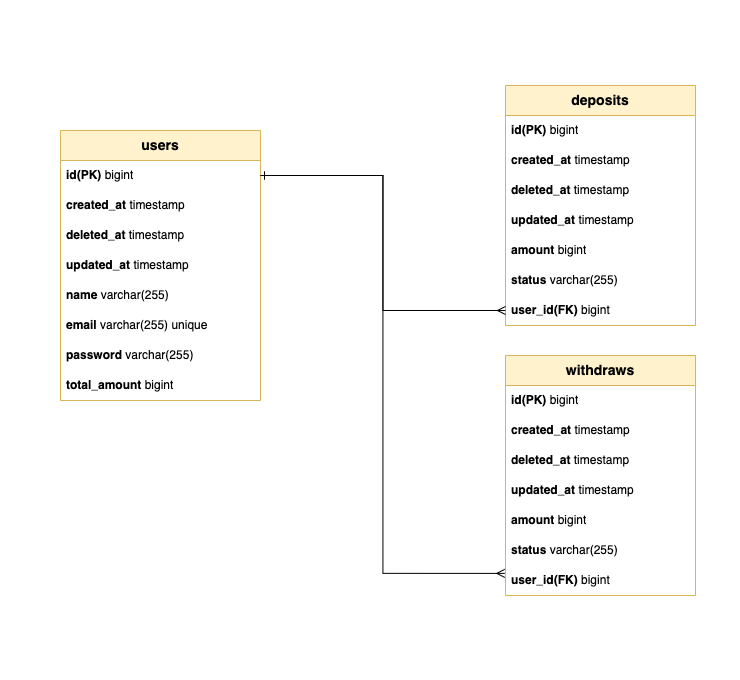
saniarts/payment-app-node keeps this draw.io diagram as documentation/ERD simple payment app.png. Above is the earlier version. Source tidied: cells renumbered, new cells last; positions are measured from the earlier drawing's top-left corner, leaving out a move shared by most shapes.
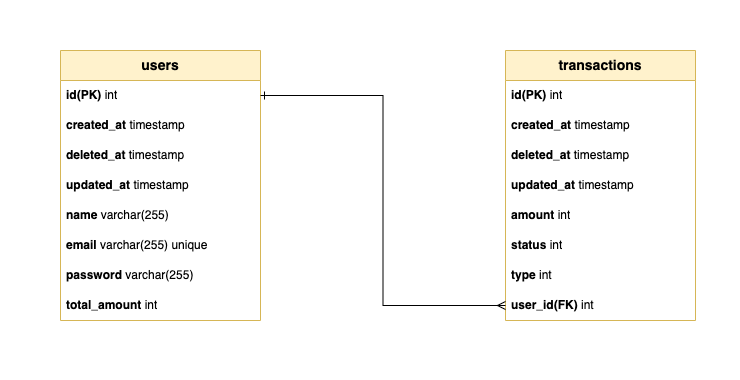
After the change.

Diff of the diagram source:
```diff
@@ -3,12 +3,12 @@
     <mxCell id="0" />
     <mxCell id="1" parent="0" />
     <mxCell id="2" style="rounded=0;whiteSpace=wrap;html=1;strokeColor=none;" parent="1" vertex="1">
-      <mxGeometry width="740" height="680" as="geometry" />
+      <mxGeometry y="80" width="740" height="380" as="geometry" />
     </mxCell>
     <mxCell id="3" value="&lt;b&gt;&lt;font style=&quot;font-size: 14px;&quot;&gt;users&lt;/font&gt;&lt;/b&gt;" style="swimlane;fontStyle=0;horizontal=1;startSize=30;whiteSpace=wrap;html=1;fillColor=#fff2cc;strokeColor=#d6b656;" parent="1" vertex="1">
       <mxGeometry x="60" y="130" width="200" height="270" as="geometry" />
     </mxCell>
-    <mxCell id="4" value="&lt;b&gt;id(PK)&lt;/b&gt; bigint" style="text;strokeColor=none;fillColor=none;align=left;verticalAlign=middle;spacingLeft=4;spacingRight=4;overflow=hidden;points=[[0,0.5],[1,0.5]];portConstraint=eastwest;whiteSpace=wrap;html=1;" parent="3" vertex="1">
+    <mxCell id="4" value="&lt;b&gt;id(PK)&lt;/b&gt; int" style="text;strokeColor=none;fillColor=none;align=left;verticalAlign=middle;spacingLeft=4;spacingRight=4;overflow=hidden;points=[[0,0.5],[1,0.5]];portConstraint=eastwest;whiteSpace=wrap;html=1;" parent="3" vertex="1">
       <mxGeometry y="30" width="200" height="30" as="geometry" />
     </mxCell>
     <mxCell id="5" value="&lt;b&gt;created_at &lt;/b&gt;timestamp" style="text;strokeColor=none;fillColor=none;align=left;verticalAlign=middle;spacingLeft=4;spacingRight=4;overflow=hidden;whiteSpace=wrap;html=1;" parent="3" vertex="1">
@@ -29,13 +29,13 @@
     <mxCell id="10" value="&lt;b&gt;password&lt;/b&gt;&amp;nbsp;varchar(255)" style="text;strokeColor=none;fillColor=none;align=left;verticalAlign=middle;spacingLeft=4;spacingRight=4;overflow=hidden;whiteSpace=wrap;html=1;" parent="3" vertex="1">
       <mxGeometry y="210" width="200" height="30" as="geometry" />
     </mxCell>
-    <mxCell id="11" value="&lt;b&gt;total_amount&lt;/b&gt; bigint" style="text;strokeColor=none;fillColor=none;align=left;verticalAlign=middle;spacingLeft=4;spacingRight=4;overflow=hidden;whiteSpace=wrap;html=1;" parent="3" vertex="1">
+    <mxCell id="11" value="&lt;b&gt;total_amount&lt;/b&gt; int" style="text;strokeColor=none;fillColor=none;align=left;verticalAlign=middle;spacingLeft=4;spacingRight=4;overflow=hidden;whiteSpace=wrap;html=1;" parent="3" vertex="1">
       <mxGeometry y="240" width="200" height="30" as="geometry" />
     </mxCell>
-    <mxCell id="12" value="&lt;b&gt;&lt;font style=&quot;font-size: 14px;&quot;&gt;deposits&lt;/font&gt;&lt;/b&gt;" style="swimlane;fontStyle=0;horizontal=1;startSize=30;whiteSpace=wrap;html=1;fillColor=#fff2cc;strokeColor=#d6b656;" parent="1" vertex="1">
-      <mxGeometry x="505" y="85" width="190" height="240" as="geometry" />
+    <mxCell id="12" value="&lt;b&gt;&lt;font style=&quot;font-size: 14px;&quot;&gt;transactions&lt;/font&gt;&lt;/b&gt;" style="swimlane;fontStyle=0;horizontal=1;startSize=30;whiteSpace=wrap;html=1;fillColor=#fff2cc;strokeColor=#d6b656;" parent="1" vertex="1">
+      <mxGeometry x="505" y="130" width="190" height="270" as="geometry" />
     </mxCell>
-    <mxCell id="13" value="&lt;b&gt;id(PK)&lt;/b&gt;&amp;nbsp;bigint" style="text;strokeColor=none;fillColor=none;align=left;verticalAlign=middle;spacingLeft=4;spacingRight=4;overflow=hidden;whiteSpace=wrap;html=1;" parent="12" vertex="1">
+    <mxCell id="13" value="&lt;b&gt;id(PK)&lt;/b&gt;&amp;nbsp;int" style="text;strokeColor=none;fillColor=none;align=left;verticalAlign=middle;spacingLeft=4;spacingRight=4;overflow=hidden;whiteSpace=wrap;html=1;" parent="12" vertex="1">
       <mxGeometry y="30" width="190" height="30" as="geometry" />
     </mxCell>
     <mxCell id="14" value="&lt;b&gt;created&lt;/b&gt;&lt;b&gt;_at&lt;/b&gt;&lt;b&gt;&amp;nbsp;&lt;/b&gt;timestamp" style="text;strokeColor=none;fillColor=none;align=left;verticalAlign=middle;spacingLeft=4;spacingRight=4;overflow=hidden;whiteSpace=wrap;html=1;" parent="12" vertex="1">
@@ -47,44 +47,20 @@
     <mxCell id="16" value="&lt;b&gt;updated&lt;/b&gt;&lt;b&gt;_a&lt;/b&gt;&lt;b&gt;t&amp;nbsp;&lt;/b&gt;timestamp" style="text;strokeColor=none;fillColor=none;align=left;verticalAlign=middle;spacingLeft=4;spacingRight=4;overflow=hidden;whiteSpace=wrap;html=1;" parent="12" vertex="1">
       <mxGeometry y="120" width="190" height="30" as="geometry" />
     </mxCell>
-    <mxCell id="17" value="&lt;b&gt;amount&lt;/b&gt;&amp;nbsp;bigint" style="text;strokeColor=none;fillColor=none;align=left;verticalAlign=middle;spacingLeft=4;spacingRight=4;overflow=hidden;whiteSpace=wrap;html=1;" parent="12" vertex="1">
+    <mxCell id="17" value="&lt;b&gt;amount&lt;/b&gt;&amp;nbsp;int" style="text;strokeColor=none;fillColor=none;align=left;verticalAlign=middle;spacingLeft=4;spacingRight=4;overflow=hidden;whiteSpace=wrap;html=1;" parent="12" vertex="1">
       <mxGeometry y="150" width="190" height="30" as="geometry" />
     </mxCell>
-    <mxCell id="18" value="&lt;b&gt;status&lt;/b&gt;&amp;nbsp;varchar(255)" style="text;strokeColor=none;fillColor=none;align=left;verticalAlign=middle;spacingLeft=4;spacingRight=4;overflow=hidden;whiteSpace=wrap;html=1;" parent="12" vertex="1">
+    <mxCell id="18" value="&lt;b&gt;status&lt;/b&gt;&amp;nbsp;int" style="text;strokeColor=none;fillColor=none;align=left;verticalAlign=middle;spacingLeft=4;spacingRight=4;overflow=hidden;whiteSpace=wrap;html=1;" parent="12" vertex="1">
       <mxGeometry y="180" width="190" height="30" as="geometry" />
     </mxCell>
+    <mxCell id="30" value="&lt;b&gt;type&lt;/b&gt;&amp;nbsp;int" style="text;strokeColor=none;fillColor=none;align=left;verticalAlign=middle;spacingLeft=4;spacingRight=4;overflow=hidden;whiteSpace=wrap;html=1;" parent="12" vertex="1">
+      <mxGeometry y="210" width="190" height="30" as="geometry" />
+    </mxCell>
-    <mxCell id="19" value="&lt;b&gt;user_id(FK)&lt;/b&gt;&amp;nbsp;bigint" style="text;strokeColor=none;fillColor=none;align=left;verticalAlign=middle;spacingLeft=4;spacingRight=4;overflow=hidden;points=[[0,0.5],[1,0.5]];portConstraint=eastwest;whiteSpace=wrap;html=1;" parent="12" vertex="1">
-      <mxGeometry y="210" width="190" height="30" as="geometry" />
+    <mxCell id="19" value="&lt;b&gt;user_id(FK)&lt;/b&gt;&amp;nbsp;int" style="text;strokeColor=none;fillColor=none;align=left;verticalAlign=middle;spacingLeft=4;spacingRight=4;overflow=hidden;points=[[0,0.5],[1,0.5]];portConstraint=eastwest;whiteSpace=wrap;html=1;" parent="12" vertex="1">
+      <mxGeometry y="240" width="190" height="30" as="geometry" />
     </mxCell>
-    <mxCell id="20" value="&lt;b&gt;&lt;font style=&quot;font-size: 14px;&quot;&gt;withdraws&lt;/font&gt;&lt;/b&gt;" style="swimlane;fontStyle=0;horizontal=1;startSize=30;whiteSpace=wrap;html=1;fillColor=#fff2cc;strokeColor=#d6b656;" parent="1" vertex="1">
-      <mxGeometry x="505" y="355" width="190" height="240" as="geometry" />
-    </mxCell>
-    <mxCell id="21" value="&lt;b&gt;id(PK)&lt;/b&gt;&amp;nbsp;bigint" style="text;strokeColor=none;fillColor=none;align=left;verticalAlign=middle;spacingLeft=4;spacingRight=4;overflow=hidden;whiteSpace=wrap;html=1;" parent="20" vertex="1">
-      <mxGeometry y="30" width="190" height="30" as="geometry" />
-    </mxCell>
-    <mxCell id="22" value="&lt;b&gt;created&lt;/b&gt;&lt;b&gt;_at&lt;/b&gt;&lt;b&gt;&amp;nbsp;&lt;/b&gt;timestamp" style="text;strokeColor=none;fillColor=none;align=left;verticalAlign=middle;spacingLeft=4;spacingRight=4;overflow=hidden;whiteSpace=wrap;html=1;" parent="20" vertex="1">
-      <mxGeometry y="60" width="190" height="30" as="geometry" />
-    </mxCell>
-    <mxCell id="23" value="&lt;b&gt;deleted&lt;/b&gt;&lt;b&gt;_a&lt;/b&gt;&lt;b&gt;t&amp;nbsp;&lt;/b&gt;timestamp" style="text;strokeColor=none;fillColor=none;align=left;verticalAlign=middle;spacingLeft=4;spacingRight=4;overflow=hidden;whiteSpace=wrap;html=1;" parent="20" vertex="1">
-      <mxGeometry y="90" width="190" height="30" as="geometry" />
-    </mxCell>
-    <mxCell id="24" value="&lt;b&gt;updated&lt;/b&gt;&lt;b&gt;_a&lt;/b&gt;&lt;b&gt;t&amp;nbsp;&lt;/b&gt;timestamp" style="text;strokeColor=none;fillColor=none;align=left;verticalAlign=middle;spacingLeft=4;spacingRight=4;overflow=hidden;whiteSpace=wrap;html=1;" parent="20" vertex="1">
-      <mxGeometry y="120" width="190" height="30" as="geometry" />
-    </mxCell>
-    <mxCell id="25" value="&lt;b&gt;amount&lt;/b&gt;&amp;nbsp;bigint" style="text;strokeColor=none;fillColor=none;align=left;verticalAlign=middle;spacingLeft=4;spacingRight=4;overflow=hidden;whiteSpace=wrap;html=1;" parent="20" vertex="1">
-      <mxGeometry y="150" width="190" height="30" as="geometry" />
-    </mxCell>
-    <mxCell id="26" value="&lt;b&gt;status&lt;/b&gt;&amp;nbsp;varchar(255)" style="text;strokeColor=none;fillColor=none;align=left;verticalAlign=middle;spacingLeft=4;spacingRight=4;overflow=hidden;whiteSpace=wrap;html=1;" parent="20" vertex="1">
-      <mxGeometry y="180" width="190" height="30" as="geometry" />
-    </mxCell>
-    <mxCell id="27" value="&lt;b&gt;user_id(FK)&lt;/b&gt;&amp;nbsp;bigint" style="text;strokeColor=none;fillColor=none;align=left;verticalAlign=middle;spacingLeft=4;spacingRight=4;overflow=hidden;points=[[0,0.5],[1,0.5]];portConstraint=eastwest;whiteSpace=wrap;html=1;" parent="20" vertex="1">
-      <mxGeometry y="210" width="190" height="30" as="geometry" />
-    </mxCell>
     <mxCell id="28" style="edgeStyle=orthogonalEdgeStyle;rounded=0;jettySize=auto;html=1;exitX=1;exitY=0.5;exitDx=0;exitDy=0;entryX=0;entryY=0.5;entryDx=0;entryDy=0;endArrow=ERmany;endFill=0;startArrow=ERone;startFill=0;" parent="1" edge="1" source="4" target="19">
       <mxGeometry relative="1" as="geometry" />
     </mxCell>
-    <mxCell id="29" style="edgeStyle=orthogonalEdgeStyle;rounded=0;jettySize=auto;html=1;exitX=1;exitY=0.5;exitDx=0;exitDy=0;entryX=-0.004;entryY=0.263;entryDx=0;entryDy=0;endArrow=ERmany;endFill=0;startArrow=ERone;startFill=0;entryPerimeter=0;" parent="1" edge="1" source="4" target="27">
-      <mxGeometry relative="1" as="geometry" />
-    </mxCell>
   </root>
 </mxGraphModel>
```
